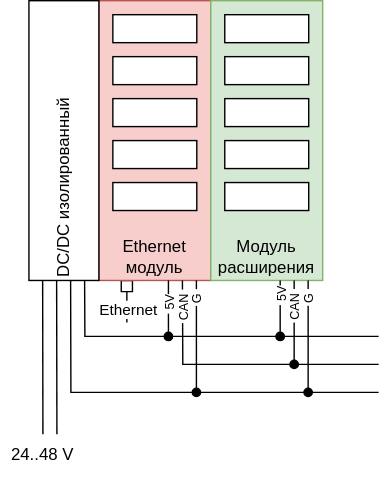
Above: docs/esphome/pic/modules.svg in atitoff/CSH4 (draw.io), before the change. Source tidied: cells renumbered, new cells last; positions are measured from the earlier drawing's top-left corner, leaving out a move shared by most shapes.
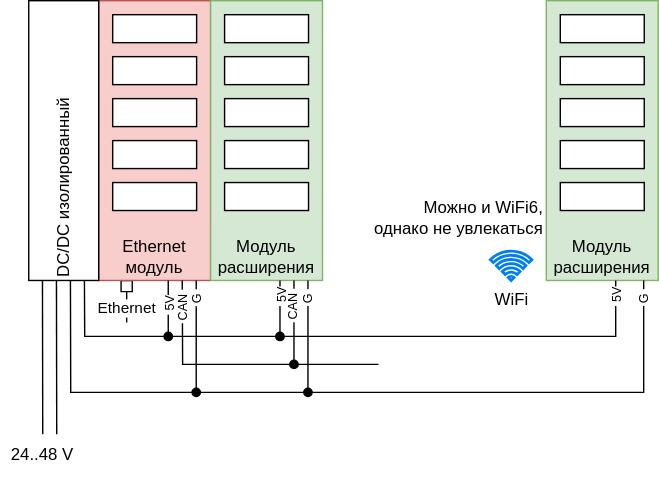
Later version of the same file.

Change to the diagram source:
```diff
@@ -95,7 +95,7 @@
     </mxCell>
     <mxCell id="24" style="endArrow=none;html=1;rounded=0;" parent="1" edge="1">
       <mxGeometry relative="1" as="geometry">
-        <mxPoint x="270" y="280" as="sourcePoint" />
+        <mxPoint x="460" y="280" as="sourcePoint" />
         <mxPoint x="49.8" y="200" as="targetPoint" />
         <Array as="points">
           <mxPoint x="50" y="280" />
@@ -110,7 +110,7 @@
     </mxCell>
     <mxCell id="26" style="endArrow=none;html=1;rounded=0;" parent="1" edge="1">
       <mxGeometry relative="1" as="geometry">
-        <mxPoint x="270" y="240" as="sourcePoint" />
+        <mxPoint x="440" y="240" as="sourcePoint" />
         <mxPoint x="59.8" y="200" as="targetPoint" />
         <Array as="points">
           <mxPoint x="60" y="240" />
@@ -153,5 +153,51 @@
         <mxPoint x="-1" y="-5" as="offset" />
       </mxGeometry>
     </mxCell>
+    <mxCell id="34" value="Модуль расширения" style="rounded=0;whiteSpace=wrap;html=1;fillColor=#d5e8d4;strokeColor=#82b366;verticalAlign=bottom;" parent="1" vertex="1">
+      <mxGeometry x="390" width="80" height="200" as="geometry" />
+    </mxCell>
+    <mxCell id="35" style="rounded=0;whiteSpace=wrap;html=1;" parent="1" vertex="1">
+      <mxGeometry x="400" y="10" width="60" height="20" as="geometry" />
+    </mxCell>
+    <mxCell id="36" style="rounded=0;whiteSpace=wrap;html=1;" parent="1" vertex="1">
+      <mxGeometry x="400" y="40" width="60" height="20" as="geometry" />
+    </mxCell>
+    <mxCell id="37" style="rounded=0;whiteSpace=wrap;html=1;" parent="1" vertex="1">
+      <mxGeometry x="400" y="70" width="60" height="20" as="geometry" />
+    </mxCell>
+    <mxCell id="38" style="rounded=0;whiteSpace=wrap;html=1;" parent="1" vertex="1">
+      <mxGeometry x="400" y="100" width="60" height="20" as="geometry" />
+    </mxCell>
+    <mxCell id="39" style="rounded=0;whiteSpace=wrap;html=1;" parent="1" vertex="1">
+      <mxGeometry x="400" y="130" width="60" height="20" as="geometry" />
+    </mxCell>
+    <mxCell id="40" style="endArrow=none;html=1;rounded=0;endFill=0;" parent="1" edge="1">
+      <mxGeometry relative="1" as="geometry">
+        <mxPoint x="439.6" y="200" as="sourcePoint" />
+        <mxPoint x="439.6" y="240" as="targetPoint" />
+      </mxGeometry>
+    </mxCell>
+    <mxCell id="41" value="&amp;nbsp;5V" style="edgeLabel;html=1;align=right;verticalAlign=middle;rotation=-90;fontSize=9;" parent="40" vertex="1">
+      <mxGeometry x="-0.18" y="1" relative="1" as="geometry">
+        <mxPoint y="-12" as="offset" />
+      </mxGeometry>
+    </mxCell>
+    <mxCell id="42" style="endArrow=none;html=1;rounded=0;endFill=0;" parent="1" edge="1">
+      <mxGeometry relative="1" as="geometry">
+        <mxPoint x="459.6" y="200" as="sourcePoint" />
+        <mxPoint x="459.6" y="280" as="targetPoint" />
+      </mxGeometry>
+    </mxCell>
+    <mxCell id="43" value="&amp;nbsp;G&amp;nbsp;" style="edgeLabel;html=1;align=center;verticalAlign=middle;rotation=-90;fontSize=9;" parent="42" vertex="1">
+      <mxGeometry x="-0.18" y="1" relative="1" as="geometry">
+        <mxPoint x="-1" y="-19" as="offset" />
+      </mxGeometry>
+    </mxCell>
+    <mxCell id="44" value="WiFi" style="html=1;verticalLabelPosition=bottom;align=center;labelBackgroundColor=#ffffff;verticalAlign=top;strokeWidth=2;strokeColor=#0080F0;shadow=0;dashed=0;shape=mxgraph.ios7.icons.wifi;" parent="1" vertex="1">
+      <mxGeometry x="350" y="179" width="29.7" height="21" as="geometry" />
+    </mxCell>
+    <mxCell id="45" value="Можно и WiFi6,&lt;div&gt;однако не увлекаться&lt;/div&gt;" style="text;html=1;whiteSpace=wrap;strokeColor=none;fillColor=none;align=right;verticalAlign=middle;rounded=0;" parent="1" vertex="1">
+      <mxGeometry x="250" y="140" width="140" height="30" as="geometry" />
+    </mxCell>
   </root>
 </mxGraphModel>
```
